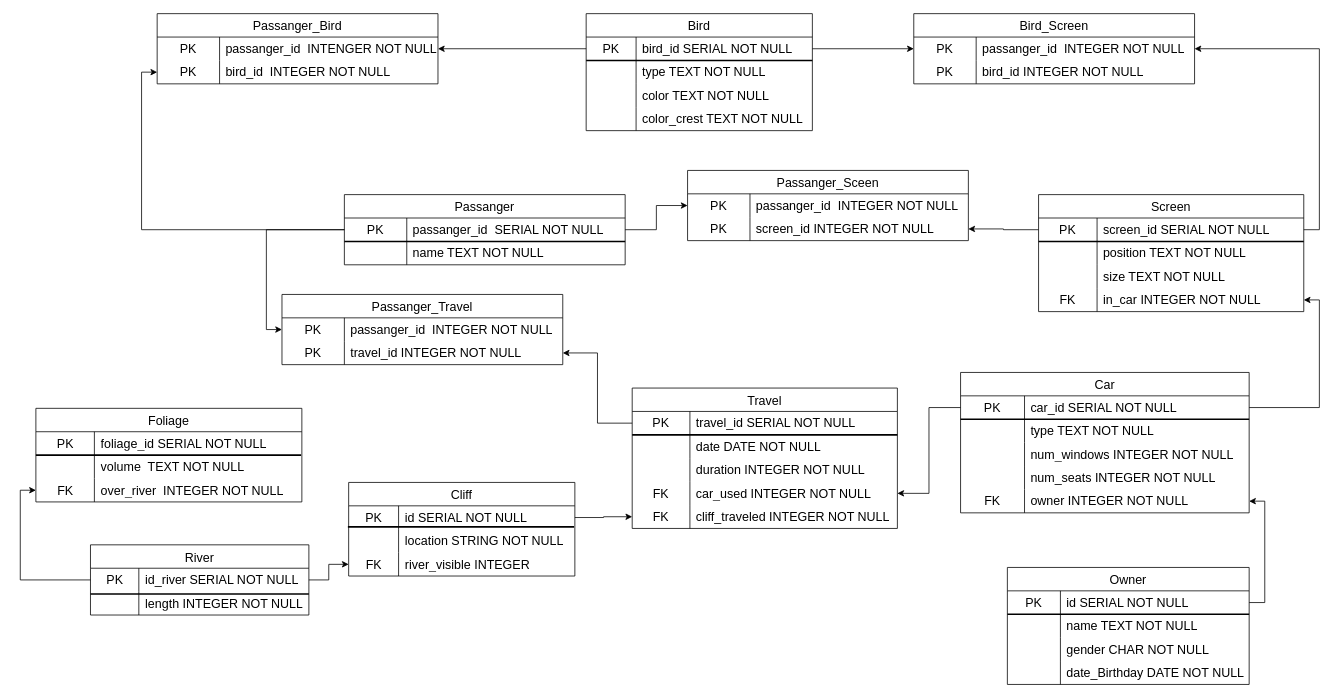
This is Untitled Diagram.drawio from J-RAY3E/UNI, a draw.io file, before an edit. Source tidied: cells renumbered, new cells numbered last; positions are measured from the earlier drawing's top-left corner, leaving out a move shared by most shapes. Both pictures are drawn from the tidied source at 78%, with x=0, y=0 at pixel (36, 13).
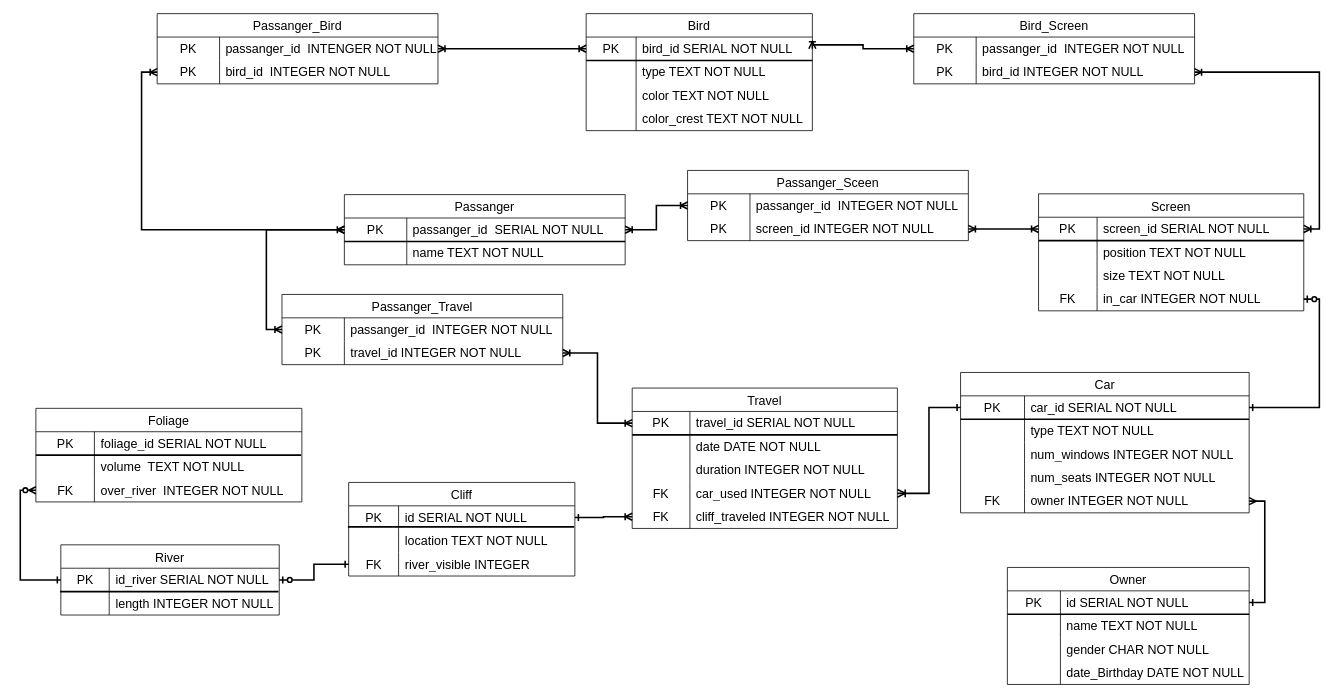
After the change.

The change refers to these unchanged cells:
```xml
<mxCell id="3" style="shape=tableRow;horizontal=0;startSize=0;swimlaneHead=0;swimlaneBody=0;top=0;left=0;bottom=0;right=0;fillColor=none;points=[[0,0.5],[1,0.5]];portConstraint=eastwest;strokeColor=inherit;fontSize=16;" parent="2" vertex="1">
  <mxGeometry y="30" width="310" height="30" as="geometry" />
</mxCell>
<mxCell id="17" style="shape=tableRow;horizontal=0;startSize=0;swimlaneHead=0;swimlaneBody=0;top=0;left=0;bottom=0;right=0;fillColor=none;points=[[0,0.5],[1,0.5]];portConstraint=eastwest;strokeColor=inherit;fontSize=16;" parent="16" vertex="1">
  <mxGeometry y="30" width="370" height="30" as="geometry" />
</mxCell>
<mxCell id="29" style="shape=tableRow;horizontal=0;startSize=0;swimlaneHead=0;swimlaneBody=0;top=0;left=0;bottom=0;right=0;fillColor=none;points=[[0,0.5],[1,0.5]];portConstraint=eastwest;strokeColor=inherit;fontSize=16;" parent="16" vertex="1">
  <mxGeometry y="150" width="370" height="30" as="geometry" />
</mxCell>
<mxCell id="34" style="shape=tableRow;horizontal=0;startSize=0;swimlaneHead=0;swimlaneBody=0;top=0;left=0;bottom=0;right=0;fillColor=none;points=[[0,0.5],[1,0.5]];portConstraint=eastwest;strokeColor=inherit;fontSize=16;" parent="33" vertex="1">
  <mxGeometry y="30" width="340" height="30" as="geometry" />
</mxCell>
<mxCell id="43" style="shape=tableRow;horizontal=0;startSize=0;swimlaneHead=0;swimlaneBody=0;top=0;left=0;bottom=0;right=0;fillColor=none;points=[[0,0.5],[1,0.5]];portConstraint=eastwest;strokeColor=inherit;fontSize=16;" parent="33" vertex="1">
  <mxGeometry y="120" width="340" height="30" as="geometry" />
</mxCell>
<mxCell id="46" style="shape=tableRow;horizontal=0;startSize=0;swimlaneHead=0;swimlaneBody=0;top=0;left=0;bottom=0;right=0;fillColor=none;points=[[0,0.5],[1,0.5]];portConstraint=eastwest;strokeColor=inherit;fontSize=16;" parent="33" vertex="1">
  <mxGeometry y="150" width="340" height="30" as="geometry" />
</mxCell>
<mxCell id="51" style="shape=tableRow;horizontal=0;startSize=0;swimlaneHead=0;swimlaneBody=0;top=0;left=0;bottom=0;right=0;fillColor=none;points=[[0,0.5],[1,0.5]];portConstraint=eastwest;strokeColor=inherit;fontSize=16;" parent="50" vertex="1">
  <mxGeometry y="30" width="290" height="30" as="geometry" />
</mxCell>
<mxCell id="65" style="shape=tableRow;horizontal=0;startSize=0;swimlaneHead=0;swimlaneBody=0;top=0;left=0;bottom=0;right=0;fillColor=none;points=[[0,0.5],[1,0.5]];portConstraint=eastwest;strokeColor=inherit;fontSize=16;" parent="64" vertex="1">
  <mxGeometry y="30" width="340" height="30" as="geometry" />
</mxCell>
<mxCell id="74" style="shape=tableRow;horizontal=0;startSize=0;swimlaneHead=0;swimlaneBody=0;top=0;left=0;bottom=0;right=0;fillColor=none;points=[[0,0.5],[1,0.5]];portConstraint=eastwest;strokeColor=inherit;fontSize=16;" parent="64" vertex="1">
  <mxGeometry y="120" width="340" height="30" as="geometry" />
</mxCell>
<mxCell id="78" style="shape=tableRow;horizontal=0;startSize=0;swimlaneHead=0;swimlaneBody=0;top=0;left=0;bottom=0;right=0;fillColor=none;points=[[0,0.5],[1,0.5]];portConstraint=eastwest;strokeColor=inherit;fontSize=16;" parent="77" vertex="1">
  <mxGeometry y="30" width="360" height="30" as="geometry" />
</mxCell>
<mxCell id="86" style="shape=tableRow;horizontal=0;startSize=0;swimlaneHead=0;swimlaneBody=0;top=0;left=0;bottom=0;right=0;fillColor=none;points=[[0,0.5],[1,0.5]];portConstraint=eastwest;strokeColor=inherit;fontSize=16;" parent="85" vertex="1">
  <mxGeometry y="30" width="290" height="30" as="geometry" />
</mxCell>
<mxCell id="89" style="shape=tableRow;horizontal=0;startSize=0;swimlaneHead=0;swimlaneBody=0;top=0;left=0;bottom=0;right=0;fillColor=none;strokeColor=inherit;fontSize=16;" parent="85" vertex="1">
  <mxGeometry y="60" width="290" height="30" as="geometry" />
</mxCell>
<mxCell id="92" style="shape=tableRow;horizontal=0;startSize=0;swimlaneHead=0;swimlaneBody=0;top=0;left=0;bottom=0;right=0;fillColor=none;points=[[0,0.5],[1,0.5]];portConstraint=eastwest;strokeColor=inherit;fontSize=16;" parent="85" vertex="1">
  <mxGeometry y="90" width="290" height="30" as="geometry" />
</mxCell>
<mxCell id="97" style="shape=tableRow;horizontal=0;startSize=0;swimlaneHead=0;swimlaneBody=0;top=0;left=0;bottom=0;right=0;fillColor=none;points=[[0,0.5],[1,0.5]];portConstraint=eastwest;strokeColor=inherit;fontSize=16;" parent="96" vertex="1">
  <mxGeometry y="30" width="280" height="30" as="geometry" />
</mxCell>
<mxCell id="111" style="shape=tableRow;horizontal=0;startSize=0;swimlaneHead=0;swimlaneBody=0;top=0;left=0;bottom=0;right=0;fillColor=none;points=[[0,0.5],[1,0.5]];portConstraint=eastwest;strokeColor=inherit;fontSize=16;" parent="104" vertex="1">
  <mxGeometry y="90" width="341" height="30" as="geometry" />
</mxCell>
<mxCell id="116" value="Passanger_Sceen" style="shape=table;startSize=30;childLayout=tableLayout;rowLines=0;fontStyle=0;strokeColor=default;fontSize=16;" parent="1" vertex="1">
  <mxGeometry x="835" y="201" width="360" height="90" as="geometry" />
</mxCell>
<mxCell id="120" style="shape=tableRow;horizontal=0;startSize=0;swimlaneHead=0;swimlaneBody=0;top=0;left=0;bottom=0;right=0;fillColor=none;points=[[0,0.5],[1,0.5]];portConstraint=eastwest;strokeColor=inherit;fontSize=16;" parent="116" vertex="1">
  <mxGeometry y="60" width="360" height="30" as="geometry" />
</mxCell>
<mxCell id="124" style="shape=tableRow;horizontal=0;startSize=0;swimlaneHead=0;swimlaneBody=0;top=0;left=0;bottom=0;right=0;fillColor=none;points=[[0,0.5],[1,0.5]];portConstraint=eastwest;strokeColor=inherit;fontSize=16;" parent="123" vertex="1">
  <mxGeometry y="30" width="360" height="30" as="geometry" />
</mxCell>
<mxCell id="127" style="shape=tableRow;horizontal=0;startSize=0;swimlaneHead=0;swimlaneBody=0;top=0;left=0;bottom=0;right=0;fillColor=none;points=[[0,0.5],[1,0.5]];portConstraint=eastwest;strokeColor=inherit;fontSize=16;" parent="123" vertex="1">
  <mxGeometry y="60" width="360" height="30" as="geometry" />
</mxCell>
<mxCell id="131" style="shape=tableRow;horizontal=0;startSize=0;swimlaneHead=0;swimlaneBody=0;top=0;left=0;bottom=0;right=0;fillColor=none;points=[[0,0.5],[1,0.5]];portConstraint=eastwest;strokeColor=inherit;fontSize=16;" parent="130" vertex="1">
  <mxGeometry y="30" width="360" height="30" as="geometry" />
</mxCell>
<mxCell id="134" style="shape=tableRow;horizontal=0;startSize=0;swimlaneHead=0;swimlaneBody=0;top=0;left=0;bottom=0;right=0;fillColor=none;points=[[0,0.5],[1,0.5]];portConstraint=eastwest;strokeColor=inherit;fontSize=16;" parent="130" vertex="1">
  <mxGeometry y="60" width="360" height="30" as="geometry" />
</mxCell>
<mxCell id="143" style="shape=tableRow;horizontal=0;startSize=0;swimlaneHead=0;swimlaneBody=0;top=0;left=0;bottom=0;right=0;fillColor=none;points=[[0,0.5],[1,0.5]];portConstraint=eastwest;strokeColor=inherit;fontSize=16;" parent="142" vertex="1">
  <mxGeometry y="30" width="360" height="30" as="geometry" />
</mxCell>
<mxCell id="146" style="shape=tableRow;horizontal=0;startSize=0;swimlaneHead=0;swimlaneBody=0;top=0;left=0;bottom=0;right=0;fillColor=none;points=[[0,0.5],[1,0.5]];portConstraint=eastwest;strokeColor=inherit;fontSize=16;" parent="142" vertex="1">
  <mxGeometry y="60" width="360" height="30" as="geometry" />
</mxCell>
```

What changed in the source:
```diff
@@
     <mxCell id="64" value="Screen" style="shape=table;startSize=30;childLayout=tableLayout;rowLines=0;fontStyle=0;strokeColor=default;fontSize=16;" parent="1" vertex="1">
-      <mxGeometry x="1285" y="232" width="340" height="150" as="geometry" />
+      <mxGeometry x="1285" y="231" width="340" height="150" as="geometry" />
     </mxCell>
@@
-    <mxCell id="91" value="location STRING NOT NULL" style="shape=partialRectangle;html=1;whiteSpace=wrap;fillColor=none;top=0;left=0;bottom=0;right=0;align=left;spacingLeft=6;overflow=hidden;strokeColor=inherit;fontSize=16;" parent="89" vertex="1">
+    <mxCell id="91" value="location TEXT NOT NULL" style="shape=partialRectangle;html=1;whiteSpace=wrap;fillColor=none;top=0;left=0;bottom=0;right=0;align=left;spacingLeft=6;overflow=hidden;strokeColor=inherit;fontSize=16;" parent="89" vertex="1">
       <mxGeometry x="64" width="226" height="30" as="geometry" />
     </mxCell>
@@
     <mxCell id="96" value="River" style="shape=table;startSize=30;childLayout=tableLayout;rowLines=0;fontStyle=0;strokeColor=default;fontSize=16;" parent="1" vertex="1">
-      <mxGeometry x="69.5" y="681" width="280" height="90" as="geometry" />
+      <mxGeometry x="31.5" y="681" width="280" height="90" as="geometry" />
     </mxCell>
@@
     <mxCell id="103" style="line;strokeWidth=2;html=1;" parent="1" vertex="1">
-      <mxGeometry x="69.5" y="739" width="280" height="10" as="geometry" />
+      <mxGeometry x="30.5" y="736" width="280" height="10" as="geometry" />
     </mxCell>
@@
     <mxCell id="115" style="line;strokeWidth=2;html=1;" parent="1" vertex="1">
-      <mxGeometry x="1285" y="287" width="340" height="10" as="geometry" />
+      <mxGeometry x="1285" y="286" width="340" height="10" as="geometry" />
     </mxCell>
@@
-    <mxCell id="137" style="edgeStyle=orthogonalEdgeStyle;rounded=0;jettySize=auto;html=1;exitX=0;exitY=0.5;exitDx=0;exitDy=0;entryX=0;entryY=0.5;entryDx=0;entryDy=0;" parent="1" edge="1" source="97" target="111">
+    <mxCell id="137" style="edgeStyle=orthogonalEdgeStyle;rounded=0;jettySize=auto;html=1;exitX=0;exitY=0.5;exitDx=0;exitDy=0;entryX=0;entryY=0.5;entryDx=0;entryDy=0;endArrow=ERzeroToMany;endFill=0;startArrow=ERone;startFill=0;strokeWidth=2;" parent="1" edge="1" source="97" target="111">
       <mxGeometry relative="1" as="geometry" />
     </mxCell>
-    <mxCell id="138" style="edgeStyle=orthogonalEdgeStyle;rounded=0;jettySize=auto;html=1;exitX=1;exitY=0.5;exitDx=0;exitDy=0;entryX=0;entryY=0.5;entryDx=0;entryDy=0;" parent="1" edge="1" source="97" target="92">
+    <mxCell id="138" style="edgeStyle=orthogonalEdgeStyle;rounded=0;jettySize=auto;html=1;exitX=1;exitY=0.5;exitDx=0;exitDy=0;entryX=0;entryY=0.5;entryDx=0;entryDy=0;endArrow=ERone;endFill=0;startArrow=ERzeroToOne;startFill=0;strokeWidth=2;" parent="1" edge="1" source="97" target="92">
       <mxGeometry relative="1" as="geometry" />
     </mxCell>
-    <mxCell id="139" style="edgeStyle=orthogonalEdgeStyle;rounded=0;jettySize=auto;html=1;exitX=1;exitY=0.5;exitDx=0;exitDy=0;entryX=0;entryY=0.5;entryDx=0;entryDy=0;" parent="1" edge="1" source="86" target="46">
+    <mxCell id="139" style="edgeStyle=orthogonalEdgeStyle;rounded=0;jettySize=auto;html=1;exitX=1;exitY=0.5;exitDx=0;exitDy=0;entryX=0;entryY=0.5;entryDx=0;entryDy=0;startArrow=ERone;startFill=0;endArrow=ERoneToMany;endFill=0;strokeWidth=2;" parent="1" edge="1" source="86" target="46">
       <mxGeometry relative="1" as="geometry" />
     </mxCell>
-    <mxCell id="140" style="edgeStyle=orthogonalEdgeStyle;rounded=0;jettySize=auto;html=1;entryX=1;entryY=0.5;entryDx=0;entryDy=0;" parent="1" edge="1" source="3" target="29">
+    <mxCell id="140" style="edgeStyle=orthogonalEdgeStyle;rounded=0;jettySize=auto;html=1;entryX=1;entryY=0.5;entryDx=0;entryDy=0;startArrow=ERone;startFill=0;endArrow=ERmany;endFill=0;strokeWidth=2;" parent="1" edge="1" source="3" target="29">
       <mxGeometry relative="1" as="geometry">
         <Array as="points">
           <mxPoint x="1575" y="755" />
           <mxPoint x="1575" y="625" />
         </Array>
       </mxGeometry>
     </mxCell>
-    <mxCell id="141" style="edgeStyle=orthogonalEdgeStyle;rounded=0;jettySize=auto;html=1;exitX=1;exitY=0.5;exitDx=0;exitDy=0;entryX=1;entryY=0.5;entryDx=0;entryDy=0;" parent="1" edge="1" source="17" target="74">
+    <mxCell id="141" style="edgeStyle=orthogonalEdgeStyle;rounded=0;jettySize=auto;html=1;exitX=1;exitY=0.5;exitDx=0;exitDy=0;entryX=1;entryY=0.5;entryDx=0;entryDy=0;startArrow=ERone;startFill=0;endArrow=ERzeroToOne;endFill=0;strokeWidth=2;" parent="1" edge="1" source="17" target="74">
       <mxGeometry relative="1" as="geometry" />
     </mxCell>
@@
-    <mxCell id="149" style="edgeStyle=orthogonalEdgeStyle;rounded=0;jettySize=auto;html=1;exitX=0;exitY=0.5;exitDx=0;exitDy=0;" parent="1" edge="1" source="34" target="146">
+    <mxCell id="149" style="edgeStyle=orthogonalEdgeStyle;rounded=0;jettySize=auto;html=1;exitX=0;exitY=0.5;exitDx=0;exitDy=0;startArrow=ERoneToMany;startFill=0;endArrow=ERoneToMany;endFill=0;strokeWidth=2;" parent="1" edge="1" source="34" target="146">
       <mxGeometry relative="1" as="geometry" />
     </mxCell>
-    <mxCell id="150" style="edgeStyle=orthogonalEdgeStyle;rounded=0;jettySize=auto;html=1;exitX=0;exitY=0.5;exitDx=0;exitDy=0;entryX=0;entryY=0.5;entryDx=0;entryDy=0;" parent="1" edge="1" source="78" target="143">
+    <mxCell id="150" style="edgeStyle=orthogonalEdgeStyle;rounded=0;jettySize=auto;html=1;exitX=0;exitY=0.5;exitDx=0;exitDy=0;entryX=0;entryY=0.5;entryDx=0;entryDy=0;startArrow=ERoneToMany;startFill=0;endArrow=ERoneToMany;endFill=0;strokeWidth=2;" parent="1" edge="1" source="78" target="143">
       <mxGeometry relative="1" as="geometry" />
     </mxCell>
-    <mxCell id="151" style="edgeStyle=orthogonalEdgeStyle;rounded=0;jettySize=auto;html=1;exitX=0;exitY=0.5;exitDx=0;exitDy=0;entryX=0;entryY=0.5;entryDx=0;entryDy=0;" parent="1" edge="1" source="78" target="134">
+    <mxCell id="151" style="edgeStyle=orthogonalEdgeStyle;rounded=0;jettySize=auto;html=1;exitX=0;exitY=0.5;exitDx=0;exitDy=0;entryX=0;entryY=0.5;entryDx=0;entryDy=0;startArrow=ERmany;startFill=0;endArrow=ERoneToMany;endFill=0;strokeWidth=2;" parent="1" edge="1" source="78" target="134">
       <mxGeometry relative="1" as="geometry" />
     </mxCell>
-    <mxCell id="152" style="edgeStyle=orthogonalEdgeStyle;rounded=0;jettySize=auto;html=1;entryX=1;entryY=0.5;entryDx=0;entryDy=0;" parent="1" edge="1" source="65" target="120">
+    <mxCell id="152" style="edgeStyle=orthogonalEdgeStyle;rounded=0;jettySize=auto;html=1;entryX=1;entryY=0.5;entryDx=0;entryDy=0;startArrow=ERoneToMany;startFill=0;endArrow=ERoneToMany;endFill=0;strokeWidth=2;" parent="1" edge="1" source="65" target="120">
       <mxGeometry relative="1" as="geometry" />
     </mxCell>
-    <mxCell id="153" style="edgeStyle=orthogonalEdgeStyle;rounded=0;jettySize=auto;html=1;entryX=0;entryY=0.5;entryDx=0;entryDy=0;" parent="1" edge="1" source="78" target="116">
+    <mxCell id="153" style="edgeStyle=orthogonalEdgeStyle;rounded=0;jettySize=auto;html=1;entryX=0;entryY=0.5;entryDx=0;entryDy=0;endArrow=ERoneToMany;endFill=0;startArrow=ERoneToMany;startFill=0;strokeWidth=2;" parent="1" edge="1" source="78" target="116">
       <mxGeometry relative="1" as="geometry" />
     </mxCell>
-    <mxCell id="154" style="edgeStyle=orthogonalEdgeStyle;rounded=0;jettySize=auto;html=1;exitX=1;exitY=0.5;exitDx=0;exitDy=0;entryX=0;entryY=0.5;entryDx=0;entryDy=0;" parent="1" edge="1" source="51" target="124">
-      <mxGeometry relative="1" as="geometry" />
+    <mxCell id="154" style="edgeStyle=orthogonalEdgeStyle;rounded=0;jettySize=auto;html=1;exitX=1;exitY=0.5;exitDx=0;exitDy=0;entryX=0;entryY=0.5;entryDx=0;entryDy=0;startArrow=ERoneToMany;startFill=0;endArrow=ERoneToMany;endFill=0;strokeWidth=2;" parent="1" edge="1" source="51" target="124">
+      <mxGeometry relative="1" as="geometry">
+        <Array as="points">
+          <mxPoint x="995" y="40" />
+          <mxPoint x="1060" y="40" />
+          <mxPoint x="1060" y="45" />
+        </Array>
+      </mxGeometry>
     </mxCell>
-    <mxCell id="155" style="edgeStyle=orthogonalEdgeStyle;rounded=0;jettySize=auto;html=1;exitX=1;exitY=0.5;exitDx=0;exitDy=0;entryX=1;entryY=0.5;entryDx=0;entryDy=0;" parent="1" edge="1" source="65" target="124">
+    <mxCell id="155" style="edgeStyle=orthogonalEdgeStyle;rounded=0;jettySize=auto;html=1;exitX=1;exitY=0.5;exitDx=0;exitDy=0;entryX=1;entryY=0.5;entryDx=0;entryDy=0;startArrow=ERoneToMany;startFill=0;endArrow=ERoneToMany;endFill=0;strokeWidth=2;" parent="1" edge="1" source="65" target="127">
       <mxGeometry relative="1" as="geometry" />
     </mxCell>
-    <mxCell id="156" style="edgeStyle=orthogonalEdgeStyle;rounded=0;jettySize=auto;html=1;entryX=1;entryY=0.5;entryDx=0;entryDy=0;" parent="1" edge="1" source="17" target="43">
+    <mxCell id="156" style="edgeStyle=orthogonalEdgeStyle;rounded=0;jettySize=auto;html=1;entryX=1;entryY=0.5;entryDx=0;entryDy=0;startArrow=ERone;startFill=0;endArrow=ERoneToMany;endFill=0;endSize=7;strokeWidth=2;" parent="1" edge="1" source="17" target="43">
       <mxGeometry relative="1" as="geometry" />
     </mxCell>
-    <mxCell id="157" style="edgeStyle=orthogonalEdgeStyle;rounded=0;jettySize=auto;html=1;entryX=1;entryY=0.5;entryDx=0;entryDy=0;" parent="1" edge="1" source="51" target="131">
+    <mxCell id="157" style="edgeStyle=orthogonalEdgeStyle;rounded=0;jettySize=auto;html=1;entryX=1;entryY=0.5;entryDx=0;entryDy=0;startArrow=ERoneToMany;startFill=0;endArrow=ERoneToMany;endFill=0;strokeWidth=2;" parent="1" edge="1" source="51" target="131">
       <mxGeometry relative="1" as="geometry" />
     </mxCell>
```
